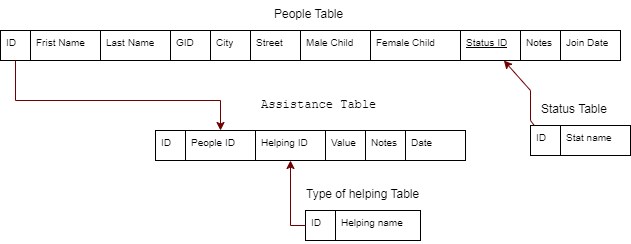
Mo-Ahmed-Ah/Java_Project keeps this draw.io diagram as DataBase/kherko Mapping.png. Above is the earlier version. Source tidied: cells renumbered, new cells last; positions are measured from the earlier drawing's top-left corner, leaving out a move shared by most shapes.
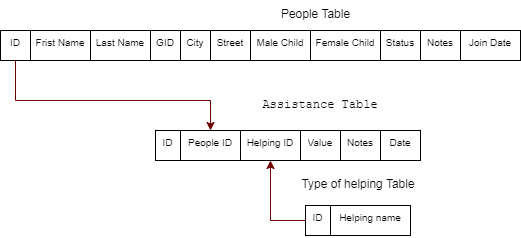
After the commit.

What changed in the source:
```diff
@@ -2,115 +2,95 @@
   <root>
     <mxCell id="0" />
     <mxCell id="1" parent="0" />
-    <mxCell id="2" style="rounded=0;whiteSpace=wrap;html=1;fontSize=10;" parent="1" vertex="1">
-      <mxGeometry y="30" width="620" height="30" as="geometry" />
+    <mxCell id="2" style="rounded=0;whiteSpace=wrap;html=1;fontSize=10;align=center;" parent="1" vertex="1">
+      <mxGeometry y="30" width="520" height="30" as="geometry" />
     </mxCell>
-    <mxCell id="3" value="ID" style="text;strokeColor=default;fillColor=none;spacingLeft=4;spacingRight=4;overflow=hidden;points=[[0,0.5],[1,0.5]];portConstraint=eastwest;fontSize=10;whiteSpace=wrap;html=1;" parent="1" vertex="1">
+    <mxCell id="3" value="ID" style="text;strokeColor=default;fillColor=none;spacingLeft=4;spacingRight=4;overflow=hidden;points=[[0,0.5],[1,0.5]];portConstraint=eastwest;fontSize=10;whiteSpace=wrap;html=1;align=center;" parent="1" vertex="1">
       <mxGeometry y="30" width="30" height="30" as="geometry" />
     </mxCell>
-    <mxCell id="4" value="Frist Name" style="text;strokeColor=default;fillColor=none;spacingLeft=4;spacingRight=4;overflow=hidden;fontSize=10;whiteSpace=wrap;html=1;" parent="1" vertex="1">
-      <mxGeometry x="30" y="30" width="70" height="30" as="geometry" />
+    <mxCell id="4" value="Frist Name" style="text;strokeColor=default;fillColor=none;spacingLeft=4;spacingRight=4;overflow=hidden;fontSize=10;whiteSpace=wrap;html=1;align=center;" parent="1" vertex="1">
+      <mxGeometry x="30" y="30" width="60" height="30" as="geometry" />
     </mxCell>
-    <mxCell id="5" value="Last Name" style="text;strokeColor=default;fillColor=none;spacingLeft=4;spacingRight=4;overflow=hidden;fontSize=10;whiteSpace=wrap;html=1;" parent="1" vertex="1">
-      <mxGeometry x="100" y="30" width="70" height="30" as="geometry" />
+    <mxCell id="5" value="Last Name" style="text;strokeColor=default;fillColor=none;spacingLeft=4;spacingRight=4;overflow=hidden;fontSize=10;whiteSpace=wrap;html=1;align=center;" parent="1" vertex="1">
+      <mxGeometry x="90" y="30" width="60" height="30" as="geometry" />
     </mxCell>
-    <mxCell id="6" value="GID" style="text;strokeColor=default;fillColor=none;spacingLeft=4;spacingRight=4;overflow=hidden;fontSize=10;whiteSpace=wrap;html=1;" parent="1" vertex="1">
-      <mxGeometry x="170" y="30" width="40" height="30" as="geometry" />
+    <mxCell id="6" value="GID" style="text;strokeColor=default;fillColor=none;spacingLeft=4;spacingRight=4;overflow=hidden;fontSize=10;whiteSpace=wrap;html=1;align=center;" parent="1" vertex="1">
+      <mxGeometry x="150" y="30" width="30" height="30" as="geometry" />
     </mxCell>
-    <mxCell id="7" value="City" style="text;strokeColor=default;fillColor=none;spacingLeft=4;spacingRight=4;overflow=hidden;fontSize=10;whiteSpace=wrap;html=1;" parent="1" vertex="1">
-      <mxGeometry x="210" y="30" width="40" height="30" as="geometry" />
+    <mxCell id="7" value="City" style="text;strokeColor=default;fillColor=none;spacingLeft=4;spacingRight=4;overflow=hidden;fontSize=10;whiteSpace=wrap;html=1;align=center;" parent="1" vertex="1">
+      <mxGeometry x="180" y="30" width="30" height="30" as="geometry" />
     </mxCell>
-    <mxCell id="8" value="Street" style="text;strokeColor=default;fillColor=none;spacingLeft=4;spacingRight=4;overflow=hidden;fontSize=10;whiteSpace=wrap;html=1;" parent="1" vertex="1">
-      <mxGeometry x="250" y="30" width="50" height="30" as="geometry" />
+    <mxCell id="8" value="Street" style="text;strokeColor=default;fillColor=none;spacingLeft=4;spacingRight=4;overflow=hidden;fontSize=10;whiteSpace=wrap;html=1;align=center;" parent="1" vertex="1">
+      <mxGeometry x="210" y="30" width="40" height="30" as="geometry" />
     </mxCell>
-    <mxCell id="9" value="Male Child" style="text;strokeColor=default;fillColor=none;spacingLeft=4;spacingRight=4;overflow=hidden;fontSize=10;whiteSpace=wrap;html=1;" parent="1" vertex="1">
-      <mxGeometry x="300" y="30" width="70" height="30" as="geometry" />
+    <mxCell id="9" value="Male Child" style="text;strokeColor=default;fillColor=none;spacingLeft=4;spacingRight=4;overflow=hidden;fontSize=10;whiteSpace=wrap;html=1;align=center;" parent="1" vertex="1">
+      <mxGeometry x="250" y="30" width="60" height="30" as="geometry" />
     </mxCell>
-    <mxCell id="10" value="Female Child" style="text;strokeColor=default;fillColor=none;spacingLeft=4;spacingRight=4;overflow=hidden;fontSize=10;whiteSpace=wrap;html=1;" parent="1" vertex="1">
-      <mxGeometry x="370" y="30" width="90" height="30" as="geometry" />
+    <mxCell id="10" value="Female Child" style="text;strokeColor=default;fillColor=none;spacingLeft=4;spacingRight=4;overflow=hidden;fontSize=10;whiteSpace=wrap;html=1;align=center;" parent="1" vertex="1">
+      <mxGeometry x="310" y="30" width="70" height="30" as="geometry" />
     </mxCell>
-    <mxCell id="11" value="Notes" style="text;strokeColor=default;fillColor=none;spacingLeft=4;spacingRight=4;overflow=hidden;fontSize=10;whiteSpace=wrap;html=1;" parent="1" vertex="1">
-      <mxGeometry x="520" y="30" width="40" height="30" as="geometry" />
+    <mxCell id="11" value="Notes" style="text;strokeColor=default;fillColor=none;spacingLeft=4;spacingRight=4;overflow=hidden;fontSize=10;whiteSpace=wrap;html=1;align=center;" parent="1" vertex="1">
+      <mxGeometry x="420" y="30" width="40" height="30" as="geometry" />
     </mxCell>
-    <mxCell id="12" value="Join Date" style="text;strokeColor=default;fillColor=none;spacingLeft=4;spacingRight=4;overflow=hidden;fontSize=10;whiteSpace=wrap;html=1;" parent="1" vertex="1">
-      <mxGeometry x="560" y="30" width="60" height="30" as="geometry" />
+    <mxCell id="12" value="Join Date" style="text;strokeColor=default;fillColor=none;spacingLeft=4;spacingRight=4;overflow=hidden;fontSize=10;whiteSpace=wrap;html=1;align=center;" parent="1" vertex="1">
+      <mxGeometry x="460" y="30" width="60" height="30" as="geometry" />
     </mxCell>
-    <mxCell id="13" value="People Table" style="text;strokeColor=none;fillColor=none;spacingLeft=4;spacingRight=4;overflow=hidden;fontSize=12;whiteSpace=wrap;html=1;" parent="1" vertex="1">
+    <mxCell id="13" value="People Table" style="text;strokeColor=none;fillColor=none;spacingLeft=4;spacingRight=4;overflow=hidden;fontSize=12;whiteSpace=wrap;html=1;align=center;" parent="1" vertex="1">
       <mxGeometry x="268" width="95" height="30" as="geometry" />
     </mxCell>
-    <mxCell id="14" style="rounded=0;whiteSpace=wrap;html=1;fontSize=10;" parent="1" vertex="1">
-      <mxGeometry x="530" y="125" width="100" height="30" as="geometry" />
-    </mxCell>
-    <mxCell id="15" value="ID" style="text;strokeColor=default;fillColor=none;spacingLeft=4;spacingRight=4;overflow=hidden;points=[[0,0.5],[1,0.5]];portConstraint=eastwest;fontSize=10;whiteSpace=wrap;html=1;" parent="1" vertex="1">
-      <mxGeometry x="530" y="125" width="30" height="30" as="geometry" />
-    </mxCell>
-    <mxCell id="16" value="Stat name" style="text;strokeColor=default;fillColor=none;spacingLeft=4;spacingRight=4;overflow=hidden;fontSize=10;whiteSpace=wrap;html=1;" parent="1" vertex="1">
-      <mxGeometry x="560" y="125" width="70" height="30" as="geometry" />
-    </mxCell>
-    <mxCell id="17" value="Status Table" style="text;strokeColor=none;fillColor=none;spacingLeft=4;spacingRight=4;overflow=hidden;fontSize=12;whiteSpace=wrap;html=1;" parent="1" vertex="1">
-      <mxGeometry x="535" y="95" width="95" height="30" as="geometry" />
-    </mxCell>
-    <mxCell id="18" style="rounded=0;whiteSpace=wrap;html=1;fontSize=10;" parent="1" vertex="1">
-      <mxGeometry x="155" y="130" width="310" height="30" as="geometry" />
+    <mxCell id="18" style="rounded=0;whiteSpace=wrap;html=1;fontSize=10;align=center;" parent="1" vertex="1">
+      <mxGeometry x="155" y="130" width="265" height="30" as="geometry" />
     </mxCell>
-    <mxCell id="19" value="ID" style="text;strokeColor=default;fillColor=none;spacingLeft=4;spacingRight=4;overflow=hidden;fontSize=10;whiteSpace=wrap;html=1;" parent="1" vertex="1">
-      <mxGeometry x="155" y="130" width="30" height="30" as="geometry" />
+    <mxCell id="19" value="ID" style="text;strokeColor=default;fillColor=none;spacingLeft=4;spacingRight=4;overflow=hidden;fontSize=10;whiteSpace=wrap;html=1;align=center;" parent="1" vertex="1">
+      <mxGeometry x="155" y="130" width="25" height="30" as="geometry" />
     </mxCell>
-    <mxCell id="20" value="People ID" style="text;strokeColor=default;fillColor=none;spacingLeft=4;spacingRight=4;overflow=hidden;points=[[0,0.5],[1,0.5]];portConstraint=eastwest;fontSize=10;whiteSpace=wrap;html=1;" parent="1" vertex="1">
-      <mxGeometry x="185" y="130" width="70" height="30" as="geometry" />
+    <mxCell id="20" value="People ID" style="text;strokeColor=default;fillColor=none;spacingLeft=4;spacingRight=4;overflow=hidden;points=[[0,0.5],[1,0.5]];portConstraint=eastwest;fontSize=10;whiteSpace=wrap;html=1;align=center;" parent="1" vertex="1">
+      <mxGeometry x="180" y="130" width="60" height="30" as="geometry" />
     </mxCell>
-    <mxCell id="21" value="Helping ID" style="text;strokeColor=default;fillColor=none;spacingLeft=4;spacingRight=4;overflow=hidden;points=[[0,0.5],[1,0.5]];portConstraint=eastwest;fontSize=10;whiteSpace=wrap;html=1;" parent="1" vertex="1">
-      <mxGeometry x="255" y="130" width="70" height="30" as="geometry" />
+    <mxCell id="21" value="Helping ID" style="text;strokeColor=default;fillColor=none;spacingLeft=4;spacingRight=4;overflow=hidden;points=[[0,0.5],[1,0.5]];portConstraint=eastwest;fontSize=10;whiteSpace=wrap;html=1;align=center;" parent="1" vertex="1">
+      <mxGeometry x="240" y="130" width="60" height="30" as="geometry" />
     </mxCell>
-    <mxCell id="22" value="Value" style="text;strokeColor=default;fillColor=none;spacingLeft=4;spacingRight=4;overflow=hidden;fontSize=10;whiteSpace=wrap;html=1;" parent="1" vertex="1">
-      <mxGeometry x="325" y="130" width="40" height="30" as="geometry" />
+    <mxCell id="22" value="Value" style="text;strokeColor=default;fillColor=none;spacingLeft=4;spacingRight=4;overflow=hidden;fontSize=10;whiteSpace=wrap;html=1;align=center;" parent="1" vertex="1">
+      <mxGeometry x="300" y="130" width="40" height="30" as="geometry" />
     </mxCell>
-    <mxCell id="23" value="Notes" style="text;strokeColor=default;fillColor=none;spacingLeft=4;spacingRight=4;overflow=hidden;fontSize=10;whiteSpace=wrap;html=1;" parent="1" vertex="1">
-      <mxGeometry x="365" y="130" width="40" height="30" as="geometry" />
+    <mxCell id="23" value="Notes" style="text;strokeColor=default;fillColor=none;spacingLeft=4;spacingRight=4;overflow=hidden;fontSize=10;whiteSpace=wrap;html=1;align=center;" parent="1" vertex="1">
+      <mxGeometry x="340" y="130" width="40" height="30" as="geometry" />
     </mxCell>
-    <mxCell id="24" value="Date" style="text;strokeColor=default;fillColor=none;spacingLeft=4;spacingRight=4;overflow=hidden;fontSize=10;whiteSpace=wrap;html=1;" parent="1" vertex="1">
-      <mxGeometry x="405" y="130" width="60" height="30" as="geometry" />
+    <mxCell id="24" value="Date" style="text;strokeColor=default;fillColor=none;spacingLeft=4;spacingRight=4;overflow=hidden;fontSize=10;whiteSpace=wrap;html=1;align=center;" parent="1" vertex="1">
+      <mxGeometry x="380" y="130" width="40" height="30" as="geometry" />
     </mxCell>
-    <mxCell id="25" value="&lt;code&gt;Assistance Table&lt;/code&gt;" style="text;spacingLeft=4;spacingRight=4;overflow=hidden;fontSize=12;whiteSpace=wrap;html=1;fontFamily=Helvetica;" parent="1" vertex="1">
+    <mxCell id="25" value="&lt;code&gt;Assistance Table&lt;/code&gt;" style="text;spacingLeft=4;spacingRight=4;overflow=hidden;fontSize=12;whiteSpace=wrap;html=1;fontFamily=Helvetica;align=center;" parent="1" vertex="1">
       <mxGeometry x="255" y="90" width="130" height="30" as="geometry" />
     </mxCell>
-    <mxCell id="26" style="endArrow=classic;html=1;rounded=0;fillColor=#a20025;strokeColor=#6F0000;" parent="1" edge="1" source="3" target="20">
+    <mxCell id="26" style="endArrow=classic;html=1;rounded=0;fillColor=#a20025;strokeColor=#6F0000;align=center;" parent="1" edge="1" source="3" target="20">
       <mxGeometry relative="1" as="geometry">
         <Array as="points">
           <mxPoint x="15" y="100" />
-          <mxPoint x="220" y="100" />
+          <mxPoint x="210" y="100" />
         </Array>
       </mxGeometry>
     </mxCell>
-    <mxCell id="27" style="rounded=0;whiteSpace=wrap;html=1;fontSize=10;" parent="1" vertex="1">
-      <mxGeometry x="305" y="210" width="115" height="30" as="geometry" />
+    <mxCell id="27" style="rounded=0;whiteSpace=wrap;html=1;fontSize=10;align=center;" parent="1" vertex="1">
+      <mxGeometry x="305" y="205" width="105" height="30" as="geometry" />
     </mxCell>
-    <mxCell id="28" value="ID" style="text;strokeColor=default;fillColor=none;spacingLeft=4;spacingRight=4;overflow=hidden;points=[[0,0.5],[1,0.5]];portConstraint=eastwest;fontSize=10;whiteSpace=wrap;html=1;" parent="1" vertex="1">
-      <mxGeometry x="305" y="210" width="30" height="30" as="geometry" />
+    <mxCell id="28" value="ID" style="text;strokeColor=default;fillColor=none;spacingLeft=4;spacingRight=4;overflow=hidden;points=[[0,0.5],[1,0.5]];portConstraint=eastwest;fontSize=10;whiteSpace=wrap;html=1;align=center;" parent="1" vertex="1">
+      <mxGeometry x="305" y="205" width="25" height="30" as="geometry" />
     </mxCell>
-    <mxCell id="29" value="Helping name" style="text;strokeColor=default;fillColor=none;spacingLeft=4;spacingRight=4;overflow=hidden;fontSize=10;whiteSpace=wrap;html=1;" parent="1" vertex="1">
-      <mxGeometry x="335" y="210" width="85" height="30" as="geometry" />
+    <mxCell id="29" value="Helping name" style="text;strokeColor=default;fillColor=none;spacingLeft=4;spacingRight=4;overflow=hidden;fontSize=10;whiteSpace=wrap;html=1;align=center;" parent="1" vertex="1">
+      <mxGeometry x="330" y="205" width="80" height="30" as="geometry" />
     </mxCell>
-    <mxCell id="30" value="&lt;span style=&quot;text-align: center;&quot;&gt;Type of helping&lt;/span&gt;&amp;nbsp;Table" style="text;strokeColor=none;fillColor=none;spacingLeft=4;spacingRight=4;overflow=hidden;fontSize=12;whiteSpace=wrap;html=1;" parent="1" vertex="1">
-      <mxGeometry x="300" y="180" width="130" height="30" as="geometry" />
+    <mxCell id="30" value="&lt;span style=&quot;&quot;&gt;Type of helping&lt;/span&gt;&amp;nbsp;Table" style="text;strokeColor=none;fillColor=none;spacingLeft=4;spacingRight=4;overflow=hidden;fontSize=12;whiteSpace=wrap;html=1;align=center;" parent="1" vertex="1">
+      <mxGeometry x="292.5" y="170" width="130" height="30" as="geometry" />
     </mxCell>
-    <mxCell id="31" style="endArrow=classic;html=1;rounded=0;fillColor=#a20025;strokeColor=#6F0000;" parent="1" edge="1" source="28" target="21">
+    <mxCell id="31" style="endArrow=classic;html=1;rounded=0;fillColor=#a20025;strokeColor=#6F0000;align=center;" parent="1" edge="1" source="28" target="21">
       <mxGeometry relative="1" as="geometry">
         <Array as="points">
-          <mxPoint x="290" y="225" />
+          <mxPoint x="270" y="220" />
         </Array>
       </mxGeometry>
     </mxCell>
-    <mxCell id="32" value="Status ID" style="text;strokeColor=default;fillColor=none;spacingLeft=4;spacingRight=4;overflow=hidden;points=[[0,0.5],[1,0.5]];portConstraint=eastwest;fontSize=10;whiteSpace=wrap;html=1;fontStyle=4;" parent="1" vertex="1">
-      <mxGeometry x="460" y="30" width="60" height="30" as="geometry" />
-    </mxCell>
-    <mxCell id="33" style="endArrow=classic;html=1;rounded=0;fillColor=#a20025;strokeColor=#6F0000;" parent="1" edge="1" source="15" target="32">
-      <mxGeometry relative="1" as="geometry">
-        <Array as="points">
-          <mxPoint x="530" y="120" />
-          <mxPoint x="530" y="90" />
-        </Array>
-      </mxGeometry>
-    </mxCell>
+    <mxCell id="34" value="Status" style="text;strokeColor=default;fillColor=none;spacingLeft=4;spacingRight=4;overflow=hidden;fontSize=10;whiteSpace=wrap;html=1;align=center;" parent="1" vertex="1">
+      <mxGeometry x="380" y="30" width="40" height="30" as="geometry" />
+    </mxCell>
   </root>
 </mxGraphModel>
```
